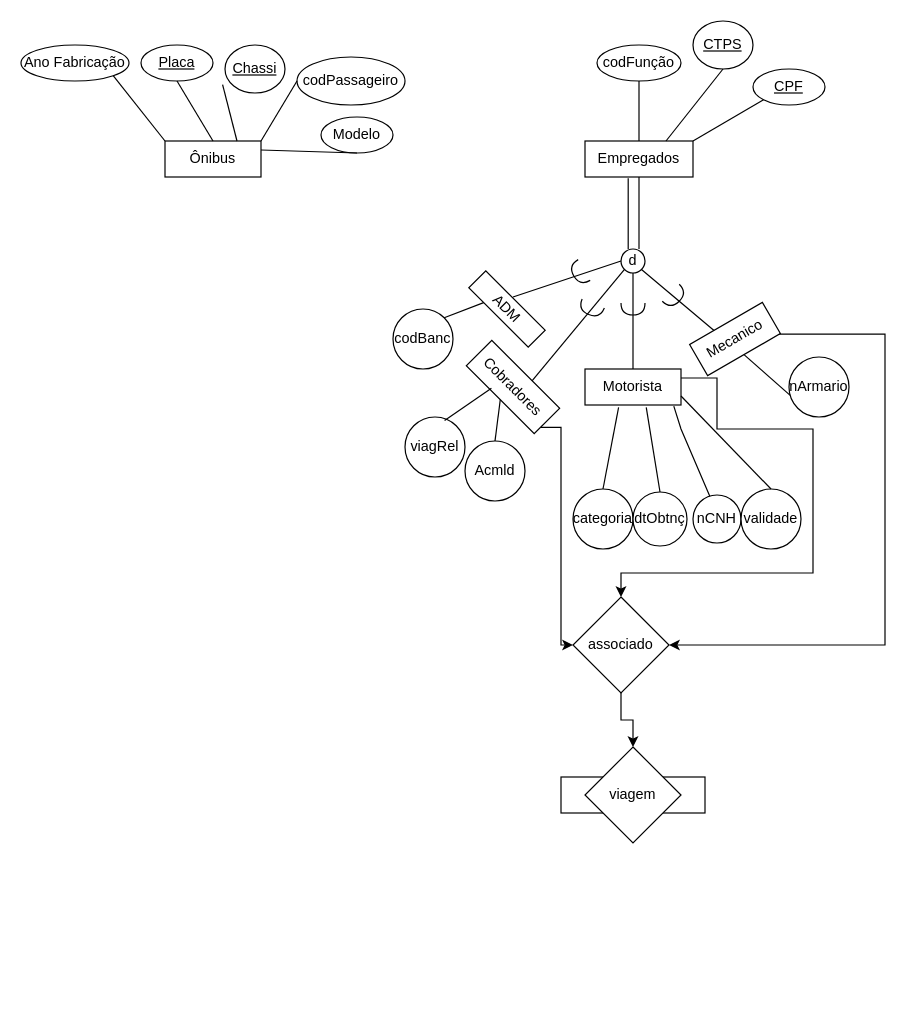
Before: aula_1409_BancDados.drawio in imreadyrod/DiagramasTurmaBancDados, a draw.io diagram. Source tidied: cells renumbered, new cells numbered last; positions are measured from the earlier drawing's top-left corner, leaving out a move shared by most shapes. Both pictures are drawn from the tidied source at 120%, with x=0, y=0 at pixel (20, 20).
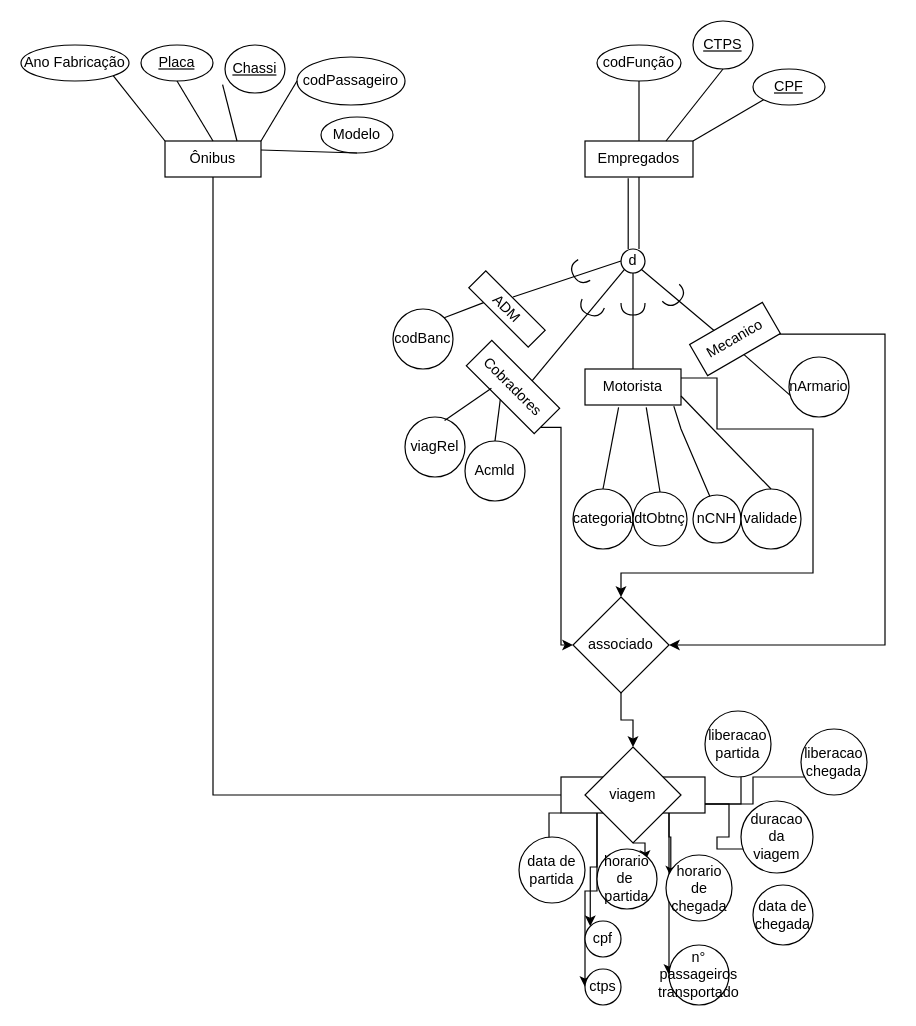
Above is the later version.

Unchanged cells that the change refers to:
```xml
<mxCell id="2" value="Ônibus" style="rounded=0;whiteSpace=wrap;html=1;" parent="1" vertex="1">
  <mxGeometry x="120" y="100" width="80" height="30" as="geometry" />
</mxCell>
<mxCell id="57" value="viagem" style="rounded=0;whiteSpace=wrap;html=1;" parent="1" vertex="1">
  <mxGeometry x="450" y="630" width="120" height="30" as="geometry" />
</mxCell>
<mxCell id="58" value="viagem" style="rhombus;whiteSpace=wrap;html=1;" parent="1" vertex="1">
  <mxGeometry x="470" y="605" width="80" height="80" as="geometry" />
</mxCell>
```

What changed in the source:
```diff
@@
+    <mxCell id="59" style="edgeStyle=orthogonalEdgeStyle;rounded=0;jettySize=auto;html=1;exitX=0.5;exitY=1;exitDx=0;exitDy=0;entryX=0;entryY=0.5;entryDx=0;entryDy=0;" parent="1" edge="1" source="2" target="58">
+      <mxGeometry relative="1" as="geometry" />
+    </mxCell>
@@
+    <mxCell id="60" style="edgeStyle=orthogonalEdgeStyle;rounded=0;jettySize=auto;html=1;exitX=0;exitY=1;exitDx=0;exitDy=0;entryX=0.455;entryY=0.182;entryDx=0;entryDy=0;entryPerimeter=0;" parent="1" edge="1" source="57" target="69">
+      <mxGeometry relative="1" as="geometry" />
+    </mxCell>
+    <mxCell id="61" style="edgeStyle=orthogonalEdgeStyle;rounded=0;jettySize=auto;html=1;exitX=0.25;exitY=1;exitDx=0;exitDy=0;entryX=0;entryY=0;entryDx=0;entryDy=0;" parent="1" edge="1" source="57" target="71">
+      <mxGeometry relative="1" as="geometry" />
+    </mxCell>
+    <mxCell id="62" style="edgeStyle=orthogonalEdgeStyle;rounded=0;jettySize=auto;html=1;exitX=0.25;exitY=1;exitDx=0;exitDy=0;entryX=0;entryY=0.5;entryDx=0;entryDy=0;" parent="1" edge="1" source="57" target="70">
+      <mxGeometry relative="1" as="geometry">
+        <Array as="points">
+          <mxPoint x="480" y="725" />
+          <mxPoint x="470" y="725" />
+        </Array>
+      </mxGeometry>
+    </mxCell>
+    <mxCell id="63" style="edgeStyle=orthogonalEdgeStyle;rounded=0;jettySize=auto;html=1;exitX=0.75;exitY=1;exitDx=0;exitDy=0;entryX=0.073;entryY=0.327;entryDx=0;entryDy=0;entryPerimeter=0;" parent="1" edge="1" source="57" target="75">
+      <mxGeometry relative="1" as="geometry" />
+    </mxCell>
+    <mxCell id="64" style="edgeStyle=orthogonalEdgeStyle;rounded=0;jettySize=auto;html=1;exitX=0.75;exitY=1;exitDx=0;exitDy=0;entryX=0;entryY=0.5;entryDx=0;entryDy=0;" parent="1" edge="1" source="57" target="73">
+      <mxGeometry relative="1" as="geometry">
+        <Array as="points">
+          <mxPoint x="540" y="760" />
+          <mxPoint x="540" y="760" />
+        </Array>
+      </mxGeometry>
+    </mxCell>
+    <mxCell id="65" style="edgeStyle=orthogonalEdgeStyle;rounded=0;jettySize=auto;html=1;exitX=1;exitY=0.75;exitDx=0;exitDy=0;entryX=0.5;entryY=0.667;entryDx=0;entryDy=0;entryPerimeter=0;" parent="1" edge="1" source="57" target="76">
+      <mxGeometry relative="1" as="geometry" />
+    </mxCell>
+    <mxCell id="66" style="edgeStyle=orthogonalEdgeStyle;rounded=0;jettySize=auto;html=1;exitX=1;exitY=0.75;exitDx=0;exitDy=0;entryX=0.727;entryY=0.273;entryDx=0;entryDy=0;entryPerimeter=0;" parent="1" edge="1" source="57" target="77">
+      <mxGeometry relative="1" as="geometry">
+        <Array as="points">
+          <mxPoint x="600" y="653" />
+          <mxPoint x="600" y="590" />
+        </Array>
+      </mxGeometry>
+    </mxCell>
+    <mxCell id="67" style="edgeStyle=orthogonalEdgeStyle;rounded=0;jettySize=auto;html=1;exitX=1;exitY=0.75;exitDx=0;exitDy=0;entryX=0.909;entryY=0.727;entryDx=0;entryDy=0;entryPerimeter=0;" parent="1" edge="1" source="57" target="78">
+      <mxGeometry relative="1" as="geometry" />
+    </mxCell>
@@
+    <mxCell id="68" style="edgeStyle=orthogonalEdgeStyle;rounded=0;jettySize=auto;html=1;exitX=0.5;exitY=1;exitDx=0;exitDy=0;" parent="1" edge="1" source="58">
+      <mxGeometry relative="1" as="geometry">
+        <mxPoint x="520" y="700" as="targetPoint" />
+      </mxGeometry>
+    </mxCell>
@@
+    <mxCell id="69" value="data de&lt;br&gt;partida" style="ellipse;whiteSpace=wrap;html=1;" parent="1" vertex="1">
+      <mxGeometry x="415" y="680" width="55" height="55" as="geometry" />
+    </mxCell>
+    <mxCell id="70" value="ctps" style="ellipse;whiteSpace=wrap;html=1;" parent="1" vertex="1">
+      <mxGeometry x="470" y="790" width="30" height="30" as="geometry" />
+    </mxCell>
+    <mxCell id="71" value="cpf" style="ellipse;whiteSpace=wrap;html=1;" parent="1" vertex="1">
+      <mxGeometry x="470" y="750" width="30" height="30" as="geometry" />
+    </mxCell>
+    <mxCell id="72" value="horario de&amp;nbsp;&lt;br&gt;partida" style="ellipse;whiteSpace=wrap;html=1;" parent="1" vertex="1">
+      <mxGeometry x="480" y="690" width="50" height="50" as="geometry" />
+    </mxCell>
+    <mxCell id="73" value="n° passageiros&lt;br&gt;transportado" style="ellipse;whiteSpace=wrap;html=1;" parent="1" vertex="1">
+      <mxGeometry x="540" y="770" width="50" height="50" as="geometry" />
+    </mxCell>
+    <mxCell id="74" value="data de&lt;br&gt;chegada" style="ellipse;whiteSpace=wrap;html=1;" parent="1" vertex="1">
+      <mxGeometry x="610" y="720" width="50" height="50" as="geometry" />
+    </mxCell>
+    <mxCell id="75" value="horario&lt;br&gt;de&lt;br&gt;chegada" style="ellipse;whiteSpace=wrap;html=1;" parent="1" vertex="1">
+      <mxGeometry x="537.5" y="695" width="55" height="55" as="geometry" />
+    </mxCell>
+    <mxCell id="76" value="duracao da&lt;br&gt;viagem" style="ellipse;whiteSpace=wrap;html=1;" parent="1" vertex="1">
+      <mxGeometry x="600" y="650" width="60" height="60" as="geometry" />
+    </mxCell>
+    <mxCell id="77" value="liberacao partida" style="ellipse;whiteSpace=wrap;html=1;" parent="1" vertex="1">
+      <mxGeometry x="570" y="575" width="55" height="55" as="geometry" />
+    </mxCell>
+    <mxCell id="78" value="liberacao chegada" style="ellipse;whiteSpace=wrap;html=1;" parent="1" vertex="1">
+      <mxGeometry x="650" y="590" width="55" height="55" as="geometry" />
+    </mxCell>
```
